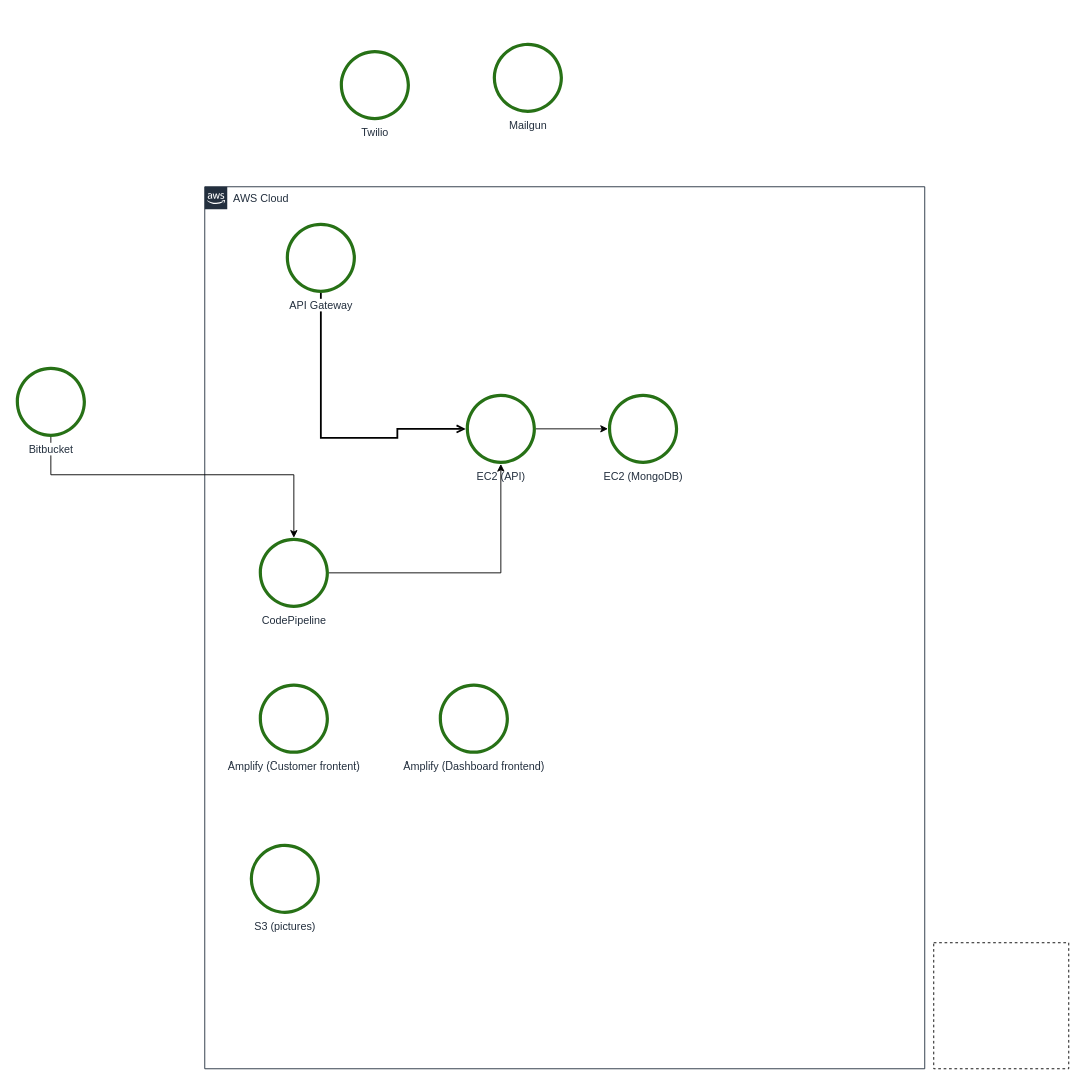
The draw.io diagram Roger company tech architecture.drawio in stevemu/roger-company-tech-architecture, before the edit. Source tidied: cells renumbered, new cells numbered last; positions are measured from the earlier drawing's top-left corner, leaving out a move shared by most shapes. Both pictures are drawn from the tidied source at 90%, with x=0, y=0 at pixel (15, 42).
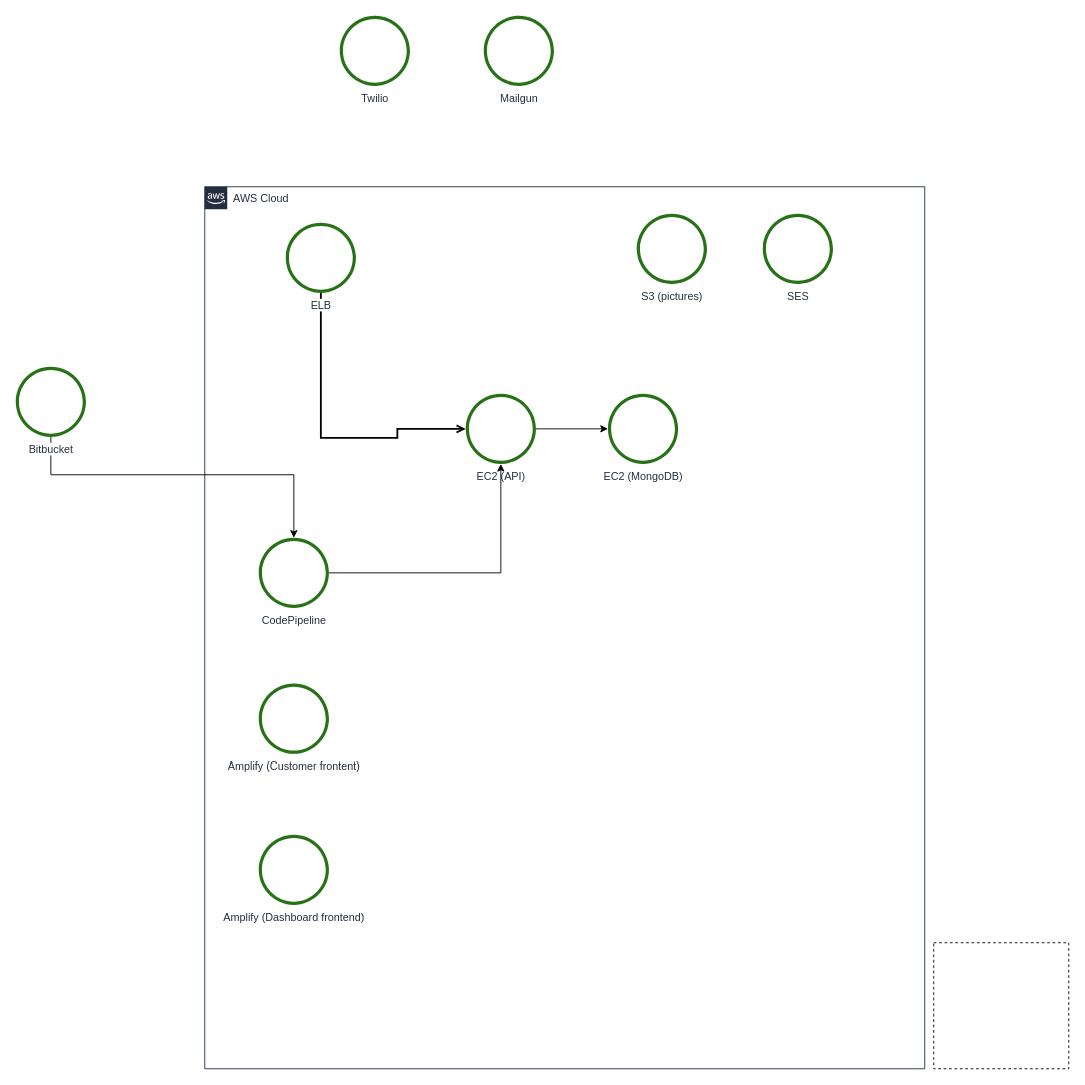
The same page after the edit.

Change to the diagram source:
```diff
@@
-    <mxCell id="4" value="API Gateway" style="outlineConnect=0;fontColor=#232F3E;gradientColor=none;fillColor=#277116;strokeColor=none;dashed=0;verticalLabelPosition=bottom;verticalAlign=top;align=center;html=1;fontSize=12;fontStyle=0;shape=mxgraph.aws4.object;labelBackgroundColor=#ffffff;" parent="1" vertex="1">
+    <mxCell id="4" value="ELB" style="outlineConnect=0;fontColor=#232F3E;gradientColor=none;fillColor=#277116;strokeColor=none;dashed=0;verticalLabelPosition=bottom;verticalAlign=top;align=center;html=1;fontSize=12;fontStyle=0;shape=mxgraph.aws4.object;labelBackgroundColor=#ffffff;" parent="1" vertex="1">
       <mxGeometry x="300" y="200" width="78" height="78" as="geometry" />
     </mxCell>
@@
     <mxCell id="10" value="Amplify (Dashboard frontend)" style="fontColor=#232F3E;gradientColor=none;fillColor=#277116;strokeColor=none;dashed=0;verticalLabelPosition=bottom;verticalAlign=top;align=center;html=1;fontSize=12;fontStyle=0;shape=mxgraph.aws4.object;labelBackgroundColor=#ffffff;" parent="1" vertex="1">
-      <mxGeometry x="470" y="712" width="78" height="78" as="geometry" />
+      <mxGeometry x="270" y="880" width="78" height="78" as="geometry" />
     </mxCell>
@@
     <mxCell id="15" value="S3 (pictures)" style="fontColor=#232F3E;gradientColor=none;fillColor=#277116;strokeColor=none;dashed=0;verticalLabelPosition=bottom;verticalAlign=top;align=center;html=1;fontSize=12;fontStyle=0;shape=mxgraph.aws4.object;labelBackgroundColor=#ffffff;" parent="1" vertex="1">
-      <mxGeometry x="260" y="890" width="78" height="78" as="geometry" />
+      <mxGeometry x="690" y="190" width="78" height="78" as="geometry" />
     </mxCell>
     <mxCell id="16" value="Twilio" style="fontColor=#232F3E;gradientColor=none;fillColor=#277116;strokeColor=none;dashed=0;verticalLabelPosition=bottom;verticalAlign=top;align=center;html=1;fontSize=12;fontStyle=0;shape=mxgraph.aws4.object;labelBackgroundColor=#ffffff;" parent="1" vertex="1">
-      <mxGeometry x="360" y="8" width="78" height="78" as="geometry" />
+      <mxGeometry x="360" y="-30" width="78" height="78" as="geometry" />
     </mxCell>
     <mxCell id="17" value="Mailgun" style="fontColor=#232F3E;gradientColor=none;fillColor=#277116;strokeColor=none;dashed=0;verticalLabelPosition=bottom;verticalAlign=top;align=center;html=1;fontSize=12;fontStyle=0;shape=mxgraph.aws4.object;labelBackgroundColor=#ffffff;" parent="1" vertex="1">
-      <mxGeometry x="530" width="78" height="78" as="geometry" />
+      <mxGeometry x="520" y="-30" width="78" height="78" as="geometry" />
     </mxCell>
+    <mxCell id="18" value="SES" style="fontColor=#232F3E;gradientColor=none;fillColor=#277116;strokeColor=none;dashed=0;verticalLabelPosition=bottom;verticalAlign=top;align=center;html=1;fontSize=12;fontStyle=0;shape=mxgraph.aws4.object;labelBackgroundColor=#ffffff;" parent="1" vertex="1">
+      <mxGeometry x="830" y="190" width="78" height="78" as="geometry" />
+    </mxCell>
```
